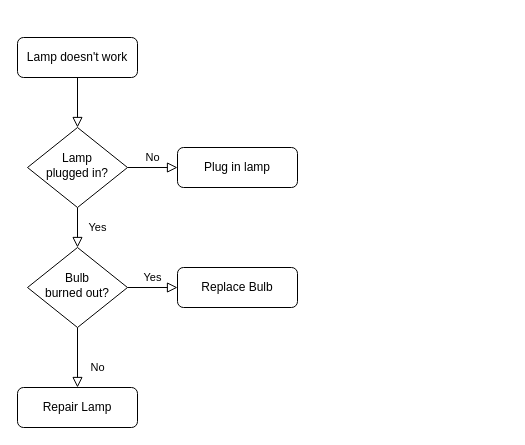
Above: Diagrama sin título.drawio in abnerjg/Abnerprobando (draw.io), before the change. Source tidied: cells renumbered, new cells numbered last; positions are measured from the earlier drawing's top-left corner, leaving out a move shared by most shapes. Both pictures are drawn from the tidied source at 100%, with x=0, y=0 at pixel (17, 37).
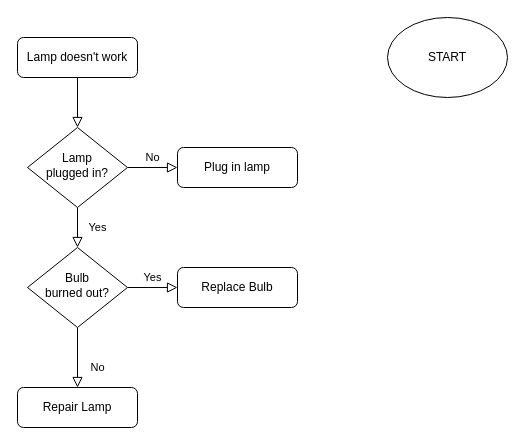
The same diagram, later.

Diff of the diagram source:
```diff
@@
 <mxGraphModel>
   <root>
     <mxCell id="0" />
     <mxCell id="1" parent="0" />
     <mxCell id="2" style="rounded=0;html=1;jettySize=auto;fontSize=11;endArrow=block;endFill=0;endSize=8;strokeWidth=1;shadow=0;labelBackgroundColor=none;edgeStyle=orthogonalEdgeStyle;" parent="1" edge="1" source="3" target="6">
       <mxGeometry relative="1" as="geometry" />
     </mxCell>
     <mxCell id="3" value="Lamp doesn't work" style="rounded=1;whiteSpace=wrap;html=1;fontSize=12;glass=0;strokeWidth=1;shadow=0;" parent="1" vertex="1">
       <mxGeometry width="120" height="40" as="geometry" />
     </mxCell>
     <mxCell id="4" value="Yes" style="rounded=0;html=1;jettySize=auto;fontSize=11;endArrow=block;endFill=0;endSize=8;strokeWidth=1;shadow=0;labelBackgroundColor=none;edgeStyle=orthogonalEdgeStyle;" parent="1" edge="1" source="6" target="10">
       <mxGeometry y="20" relative="1" as="geometry" />
     </mxCell>
     <mxCell id="5" value="No" style="edgeStyle=orthogonalEdgeStyle;rounded=0;html=1;jettySize=auto;fontSize=11;endArrow=block;endFill=0;endSize=8;strokeWidth=1;shadow=0;labelBackgroundColor=none;" parent="1" edge="1" source="6" target="7">
       <mxGeometry y="10" relative="1" as="geometry" />
     </mxCell>
     <mxCell id="6" value="Lamp&lt;br&gt;plugged in?" style="rhombus;whiteSpace=wrap;html=1;shadow=0;fontFamily=Helvetica;fontSize=12;align=center;strokeWidth=1;spacing=6;spacingTop=-4;" parent="1" vertex="1">
       <mxGeometry x="10" y="90" width="100" height="80" as="geometry" />
     </mxCell>
     <mxCell id="7" value="Plug in lamp" style="rounded=1;whiteSpace=wrap;html=1;fontSize=12;glass=0;strokeWidth=1;shadow=0;" parent="1" vertex="1">
       <mxGeometry x="160" y="110" width="120" height="40" as="geometry" />
     </mxCell>
     <mxCell id="8" value="No" style="rounded=0;html=1;jettySize=auto;fontSize=11;endArrow=block;endFill=0;endSize=8;strokeWidth=1;shadow=0;labelBackgroundColor=none;edgeStyle=orthogonalEdgeStyle;" parent="1" edge="1" source="10" target="11">
       <mxGeometry x="0.33" y="20" relative="1" as="geometry" />
     </mxCell>
     <mxCell id="9" value="Yes" style="edgeStyle=orthogonalEdgeStyle;rounded=0;html=1;jettySize=auto;fontSize=11;endArrow=block;endFill=0;endSize=8;strokeWidth=1;shadow=0;labelBackgroundColor=none;" parent="1" edge="1" source="10" target="12">
       <mxGeometry y="10" relative="1" as="geometry" />
     </mxCell>
     <mxCell id="10" value="Bulb&lt;br&gt;burned out?" style="rhombus;whiteSpace=wrap;html=1;shadow=0;fontFamily=Helvetica;fontSize=12;align=center;strokeWidth=1;spacing=6;spacingTop=-4;" parent="1" vertex="1">
       <mxGeometry x="10" y="210" width="100" height="80" as="geometry" />
     </mxCell>
     <mxCell id="11" value="Repair Lamp" style="rounded=1;whiteSpace=wrap;html=1;fontSize=12;glass=0;strokeWidth=1;shadow=0;" parent="1" vertex="1">
       <mxGeometry y="350" width="120" height="40" as="geometry" />
     </mxCell>
     <mxCell id="12" value="Replace Bulb" style="rounded=1;whiteSpace=wrap;html=1;fontSize=12;glass=0;strokeWidth=1;shadow=0;" parent="1" vertex="1">
       <mxGeometry x="160" y="230" width="120" height="40" as="geometry" />
     </mxCell>
+    <mxCell id="13" value="START" style="ellipse;whiteSpace=wrap;html=1;" parent="1" vertex="1">
+      <mxGeometry x="370" y="-20" width="120" height="80" as="geometry" />
+    </mxCell>
   </root>
 </mxGraphModel>
```
